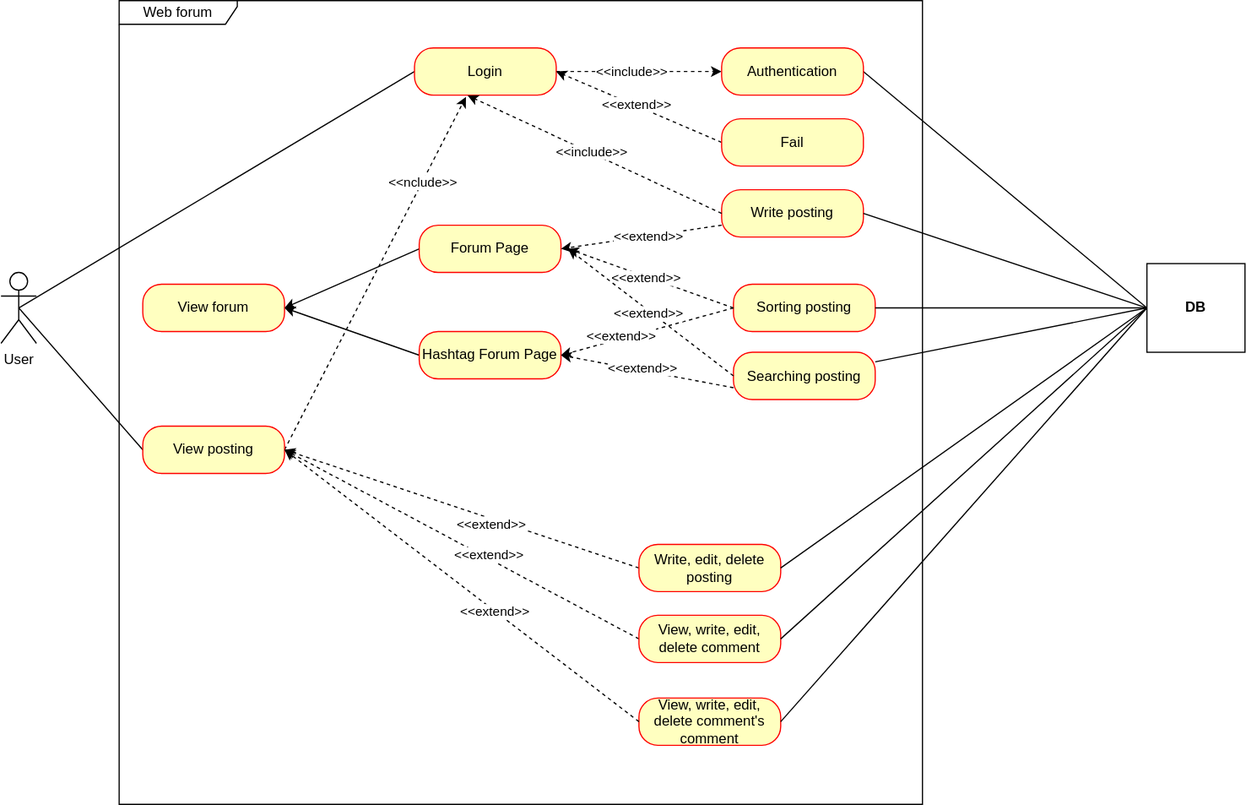
This is document/use-case.svg from smileLoopy/personal-project-forum, a draw.io export, as it was before one commit. Source tidied: cells renumbered, new cells last; positions are measured from the earlier drawing's top-left corner, leaving out a move shared by most shapes.
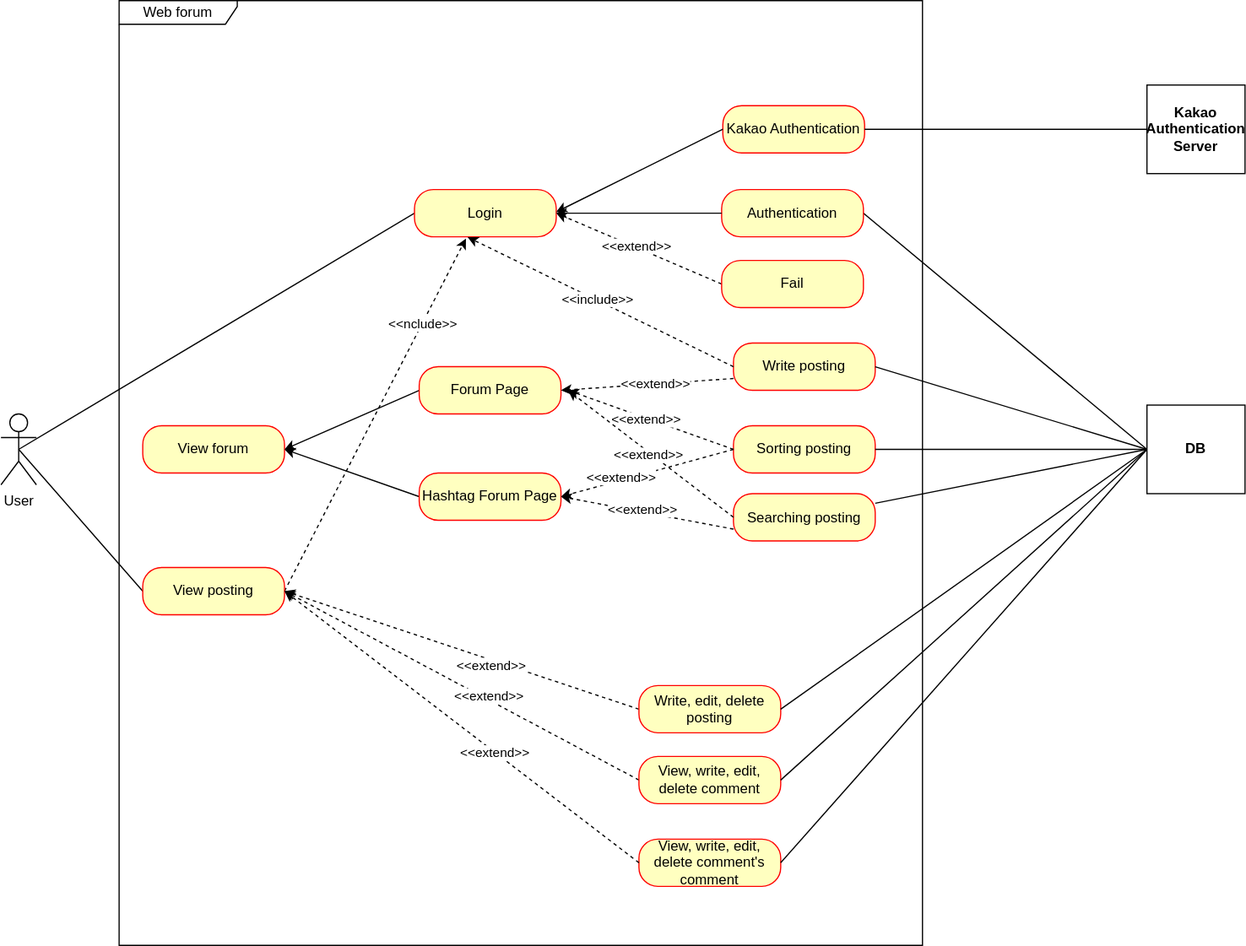
The same diagram one commit later.

Commit message:
#59-user-case.svg: added kakao authentication use case

What changed in the source:
```diff
@@ -6,7 +6,7 @@
       <mxGeometry y="230" width="30" height="60" as="geometry" />
     </mxCell>
     <mxCell id="3" value="Web forum" style="shape=umlFrame;whiteSpace=wrap;html=1;width=100;height=20;" parent="1" vertex="1">
-      <mxGeometry x="100" width="680" height="680" as="geometry" />
+      <mxGeometry x="100" y="-120" width="680" height="800" as="geometry" />
     </mxCell>
     <mxCell id="4" value="View forum" style="rounded=1;whiteSpace=wrap;html=1;arcSize=40;fontColor=#000000;fillColor=#ffffc0;strokeColor=#ff0000;" parent="1" vertex="1">
       <mxGeometry x="120" y="240" width="120" height="40" as="geometry" />
@@ -26,12 +26,6 @@
     <mxCell id="9" style="rounded=0;jettySize=auto;html=1;exitX=0;exitY=0.5;exitDx=0;exitDy=0;entryX=0.5;entryY=0.5;entryDx=0;entryDy=0;entryPerimeter=0;endArrow=none;endFill=0;" parent="1" edge="1" source="12" target="2">
       <mxGeometry relative="1" as="geometry" />
     </mxCell>
-    <mxCell id="10" style="rounded=0;jettySize=auto;html=1;exitX=1;exitY=0.5;exitDx=0;exitDy=0;endArrow=classic;endFill=1;dashed=1;" parent="1" edge="1" source="12" target="14">
-      <mxGeometry relative="1" as="geometry" />
-    </mxCell>
-    <mxCell id="11" value="&amp;lt;&amp;lt;include&amp;gt;&amp;gt;" style="edgeLabel;html=1;align=center;verticalAlign=middle;" parent="10" vertex="1">
-      <mxGeometry x="-0.11" y="1" relative="1" as="geometry" />
-    </mxCell>
     <mxCell id="12" value="Login" style="rounded=1;whiteSpace=wrap;html=1;arcSize=40;fontColor=#000000;fillColor=#ffffc0;strokeColor=#ff0000;" parent="1" vertex="1">
       <mxGeometry x="350" y="40" width="120" height="40" as="geometry" />
     </mxCell>
@@ -114,7 +108,7 @@
       </mxGeometry>
     </mxCell>
     <mxCell id="35" value="Write posting" style="rounded=1;whiteSpace=wrap;html=1;arcSize=40;fontColor=#000000;fillColor=#ffffc0;strokeColor=#ff0000;" parent="1" vertex="1">
-      <mxGeometry x="610" y="160" width="120" height="40" as="geometry" />
+      <mxGeometry x="620" y="170" width="120" height="40" as="geometry" />
     </mxCell>
     <mxCell id="36" value="Sorting posting" style="rounded=1;whiteSpace=wrap;html=1;arcSize=40;fontColor=#000000;fillColor=#ffffc0;strokeColor=#ff0000;" parent="1" vertex="1">
       <mxGeometry x="620" y="240" width="120" height="40" as="geometry" />
@@ -171,5 +165,24 @@
     <mxCell id="52" style="rounded=0;jettySize=auto;html=1;entryX=0;entryY=0.5;entryDx=0;entryDy=0;endArrow=none;endFill=0;" parent="1" edge="1" source="37" target="28">
       <mxGeometry relative="1" as="geometry" />
     </mxCell>
+    <mxCell id="53" value="Kakao Authentication" style="rounded=1;whiteSpace=wrap;html=1;arcSize=40;fontColor=#000000;fillColor=#ffffc0;strokeColor=#ff0000;" parent="1" vertex="1">
+      <mxGeometry x="611" y="-31" width="120" height="40" as="geometry" />
+    </mxCell>
+    <mxCell id="54" value="&lt;b&gt;Kakao Authentication Server&lt;/b&gt;" style="html=1;whiteSpace=wrap;" parent="1" vertex="1">
+      <mxGeometry x="970" y="-48.5" width="83" height="75" as="geometry" />
+    </mxCell>
+    <mxCell id="55" style="rounded=0;jettySize=auto;html=1;exitX=0;exitY=0.5;exitDx=0;exitDy=0;entryX=1;entryY=0.5;entryDx=0;entryDy=0;endArrow=none;endFill=0;" parent="1" edge="1" source="54" target="53">
+      <mxGeometry relative="1" as="geometry" />
+    </mxCell>
+    <mxCell id="56" style="rounded=0;jettySize=auto;html=1;exitX=0;exitY=0.5;exitDx=0;exitDy=0;entryX=1;entryY=0.5;entryDx=0;entryDy=0;" parent="1" edge="1" source="53">
+      <mxGeometry relative="1" as="geometry">
+        <mxPoint x="470" y="59" as="targetPoint" />
+      </mxGeometry>
+    </mxCell>
+    <mxCell id="57" style="rounded=0;jettySize=auto;html=1;exitX=0;exitY=0.5;exitDx=0;exitDy=0;" parent="1" edge="1" source="14">
+      <mxGeometry relative="1" as="geometry">
+        <mxPoint x="470" y="60" as="targetPoint" />
+      </mxGeometry>
+    </mxCell>
   </root>
 </mxGraphModel>
```
